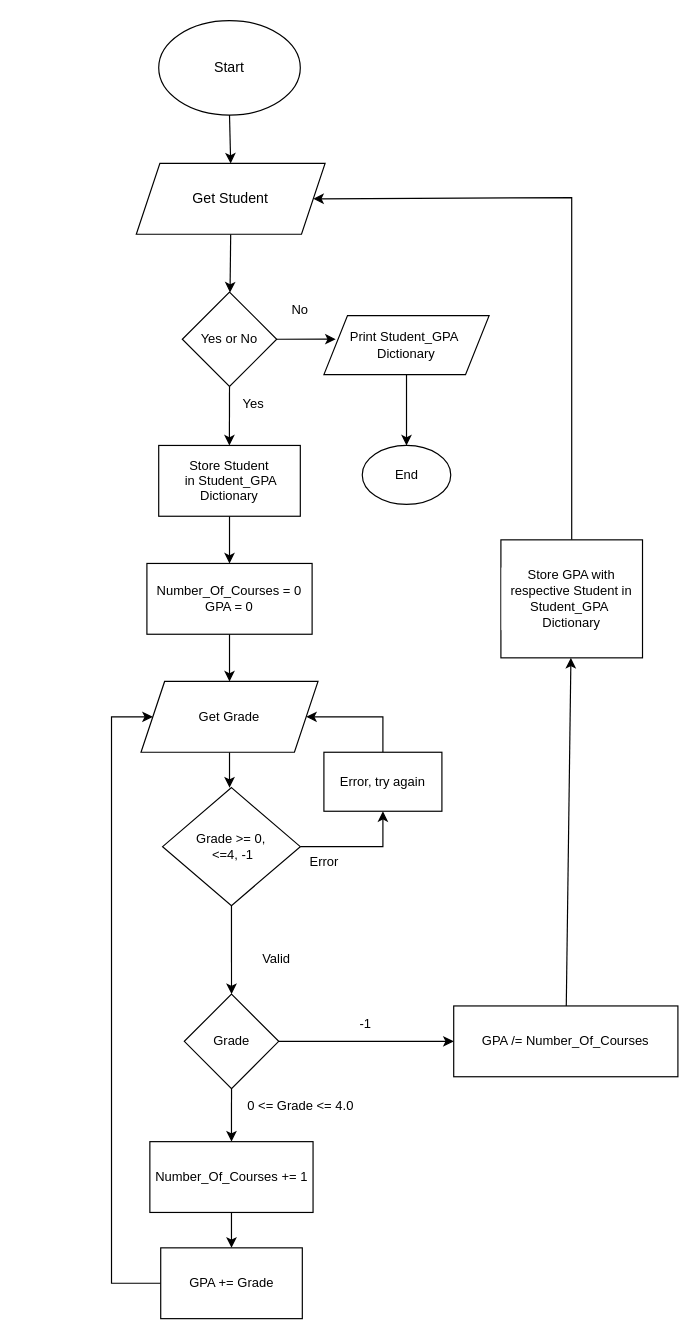
The draw.io diagram Assignment1/Flowchart.drawio in JenkIke/CPRG216, before the edit. Source tidied: cells renumbered, new cells numbered last; positions are measured from the earlier drawing's top-left corner, leaving out a move shared by most shapes. Both pictures are drawn from the tidied source at 118%, with x=0, y=0 at pixel (111, 20).
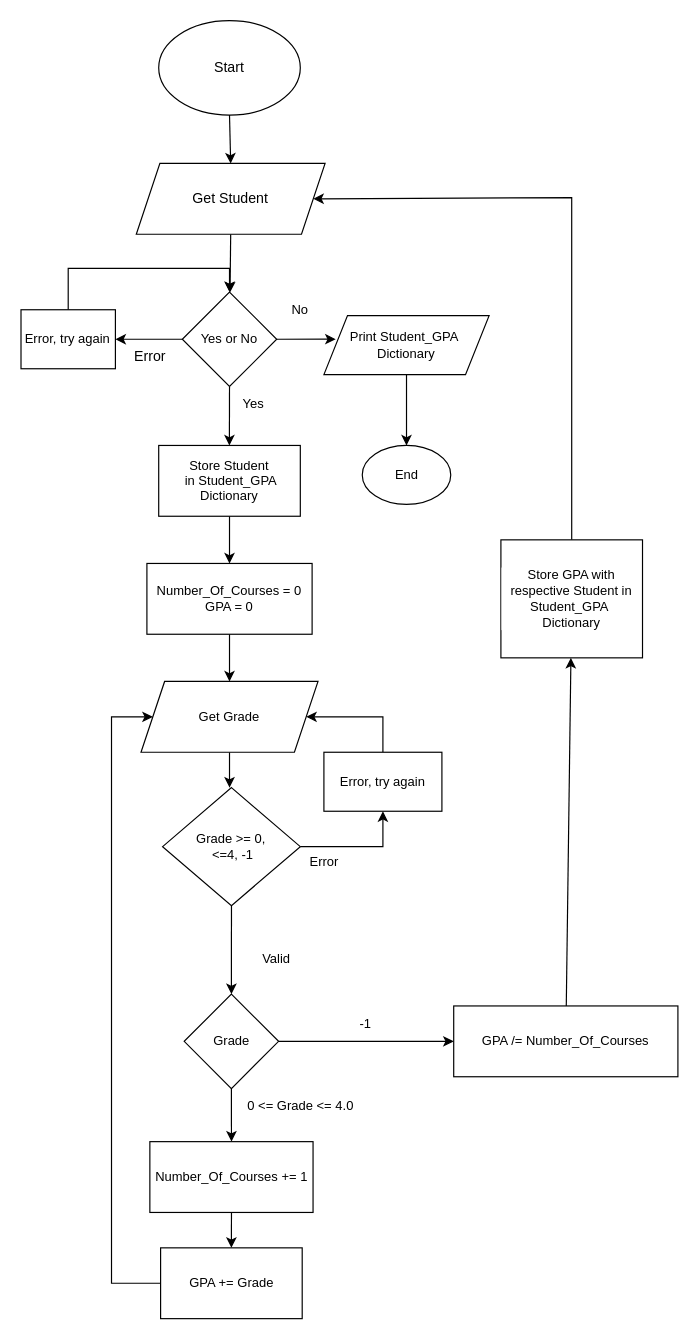
Above is the later version.

Unchanged cells that the change refers to:
```xml
<mxCell id="8" value="Yes or No" style="rhombus;whiteSpace=wrap;html=1;fontFamily=Helvetica;fontSize=11;fontColor=default;labelBackgroundColor=default;" parent="1" vertex="1">
  <mxGeometry x="60" y="230" width="80" height="80" as="geometry" />
</mxCell>
```

The edit, as a diff of the source:
```diff
@@
+    <mxCell id="40" style="edgeStyle=orthogonalEdgeStyle;rounded=0;jettySize=auto;html=1;entryX=1;entryY=0.5;entryDx=0;entryDy=0;" parent="1" edge="1" source="8" target="42">
+      <mxGeometry relative="1" as="geometry" />
+    </mxCell>
@@
     <mxCell id="13" value="Grade" style="rhombus;whiteSpace=wrap;html=1;fontFamily=Helvetica;fontSize=11;fontColor=default;labelBackgroundColor=default;" parent="1" vertex="1">
-      <mxGeometry x="61.7" y="825" width="80" height="80" as="geometry" />
+      <mxGeometry x="61.6" y="825" width="80" height="80" as="geometry" />
     </mxCell>
@@
     <mxCell id="16" value="&lt;div&gt;&lt;span style=&quot;background-color: light-dark(#ffffff, var(--ge-dark-color, #121212)); color: light-dark(rgb(0, 0, 0), rgb(255, 255, 255));&quot;&gt;GPA += Grade&lt;/span&gt;&lt;/div&gt;" style="rounded=0;whiteSpace=wrap;html=1;fontFamily=Helvetica;fontSize=11;labelBackgroundColor=default;" parent="1" vertex="1">
-      <mxGeometry x="41.7" y="1040" width="120" height="60" as="geometry" />
+      <mxGeometry x="41.6" y="1040" width="120" height="60" as="geometry" />
     </mxCell>
@@
+    <mxCell id="41" style="edgeStyle=orthogonalEdgeStyle;rounded=0;jettySize=auto;html=1;exitX=0.5;exitY=0;exitDx=0;exitDy=0;entryX=0.5;entryY=0;entryDx=0;entryDy=0;" parent="1" edge="1" source="42" target="8">
+      <mxGeometry relative="1" as="geometry" />
+    </mxCell>
+    <mxCell id="42" value="Error, try again" style="rounded=0;whiteSpace=wrap;html=1;fontFamily=Helvetica;fontSize=11;fontColor=default;labelBackgroundColor=default;" parent="1" vertex="1">
+      <mxGeometry x="-76.7" y="245" width="80" height="50" as="geometry" />
+    </mxCell>
+    <mxCell id="43" value="Error" style="text;html=1;align=center;verticalAlign=middle;whiteSpace=wrap;rounded=0;" parent="1" vertex="1">
+      <mxGeometry x="3.3" y="270" width="60" height="30" as="geometry" />
+    </mxCell>
```
